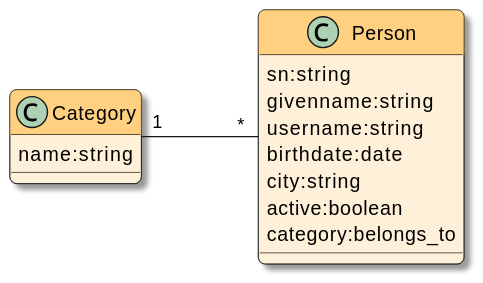
The PlantUML diagram docs/playbook/_images/model/models.svg in swobspace/rails-playground, before a commit. The source it was exported from:
```plantuml
@startuml
top to bottom direction

!theme railspg from ..

class Person {
  sn:string
  givenname:string
  username:string
  birthdate:date
  city:string
  active:boolean
  category:belongs_to
}

class Category {
  name:string
}

Category "1" - "*" Person
@enduml
```
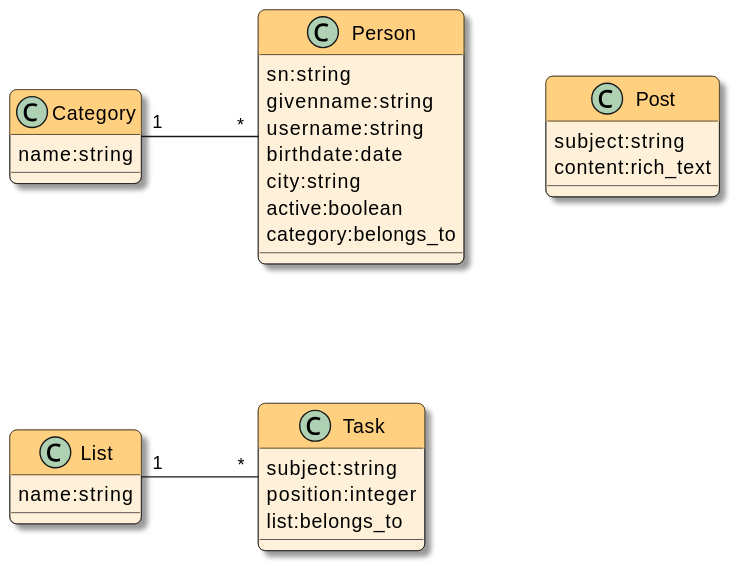
The same file after the commit.

The edit, as a diff of the source:
```diff
@@ -17,5 +17,22 @@
   name:string
 }
 
+class Post {
+  subject:string
+  content:rich_text
+}
+
+class List {
+  name:string
+}
+
+class Task {
+  subject:string
+  position:integer
+  list:belongs_to
+}
+
 Category "1" - "*" Person
+List "1" - "*" Task
+Category -[hidden]- List
 @enduml
```
